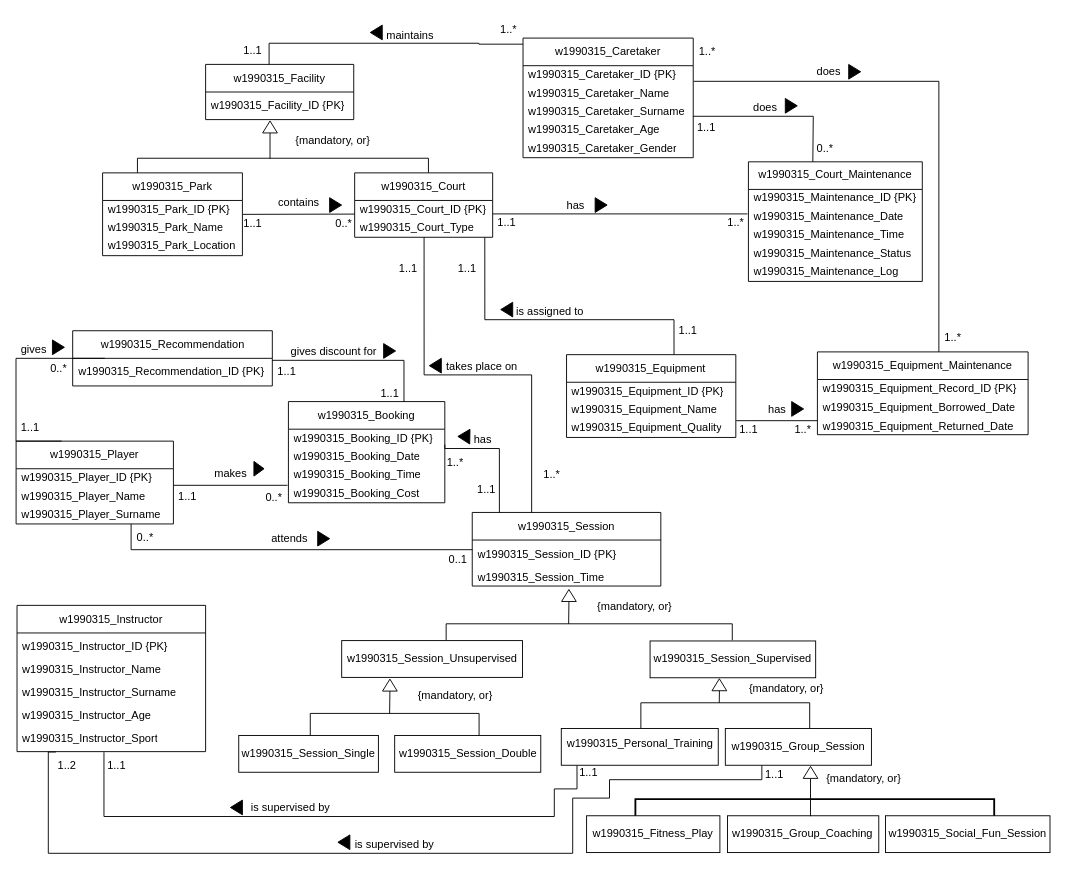
The draw.io diagram DB_cwk.drawio in frajdzia/DB_cwk, before the edit. Source tidied: cells renumbered, new cells numbered last; positions are measured from the earlier drawing's top-left corner, leaving out a move shared by most shapes. Both pictures are drawn from the tidied source at 92%, with x=0, y=0 at pixel (16, 16).
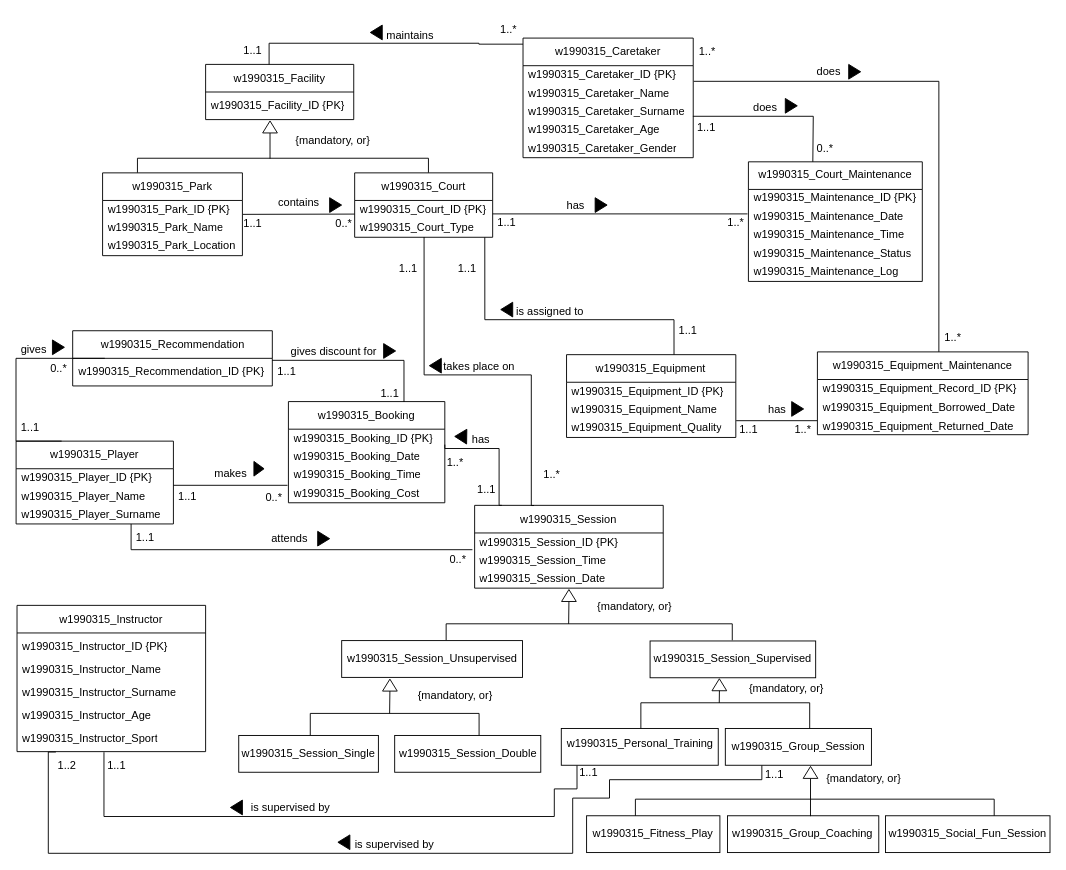
The same page after the edit.

Change to the diagram source:
```diff
@@
     <mxCell id="15" value="w1990315_Session" style="swimlane;fontStyle=0;horizontal=1;startSize=30;whiteSpace=wrap;html=1;" parent="1" vertex="1">
-      <mxGeometry x="495.8" y="539.5" width="205" height="80" as="geometry" />
+      <mxGeometry x="498.4" y="531.8" width="205" height="90" as="geometry" />
     </mxCell>
     <mxCell id="16" value="&lt;span style=&quot;text-align: center;&quot;&gt;w1990315_&lt;/span&gt;Session_ID {PK}" style="text;align=left;verticalAlign=middle;spacingLeft=4;spacingRight=4;overflow=hidden;whiteSpace=wrap;html=1;" parent="15" vertex="1">
-      <mxGeometry y="30" width="205" height="30" as="geometry" />
+      <mxGeometry y="30" width="205" height="20" as="geometry" />
     </mxCell>
     <mxCell id="17" value="&lt;span style=&quot;text-align: center;&quot;&gt;w1990315_&lt;/span&gt;Session_Time" style="text;align=left;verticalAlign=middle;spacingLeft=4;spacingRight=4;overflow=hidden;whiteSpace=wrap;html=1;" parent="15" vertex="1">
-      <mxGeometry y="60" width="205" height="20" as="geometry" />
+      <mxGeometry y="50" width="205" height="20" as="geometry" />
     </mxCell>
+    <mxCell id="140" value="w1990315_Session_Date" style="text;align=left;verticalAlign=middle;spacingLeft=4;spacingRight=4;overflow=hidden;whiteSpace=wrap;html=1;" parent="15" vertex="1">
+      <mxGeometry y="70" width="205" height="20" as="geometry" />
+    </mxCell>
@@
     <mxCell id="52" style="triangle;whiteSpace=wrap;html=1;rotation=-179;fillColor=#000000;" parent="1" vertex="1">
-      <mxGeometry x="480.2" y="449" width="13" height="16" as="geometry" />
+      <mxGeometry x="476.8" y="449" width="13" height="16" as="geometry" />
     </mxCell>
@@
-    <mxCell id="84" value="0..*" style="text;html=1;align=center;verticalAlign=middle;whiteSpace=wrap;rounded=0;" parent="1" vertex="1">
+    <mxCell id="84" value="1..1" style="text;html=1;align=center;verticalAlign=middle;whiteSpace=wrap;rounded=0;" parent="1" vertex="1">
       <mxGeometry x="125" y="552" width="31" height="30" as="geometry" />
     </mxCell>
-    <mxCell id="85" value="0..1" style="text;html=1;align=center;verticalAlign=middle;whiteSpace=wrap;rounded=0;" parent="1" vertex="1">
+    <mxCell id="85" value="0..*" style="text;html=1;align=center;verticalAlign=middle;whiteSpace=wrap;rounded=0;" parent="1" vertex="1">
       <mxGeometry x="464.8" y="576" width="31" height="30" as="geometry" />
     </mxCell>
@@
-    <mxCell id="129" style="strokeWidth=2;html=1;shape=mxgraph.flowchart.annotation_1;align=left;rotation=90;" parent="1" vertex="1">
+    <mxCell id="129" style="strokeWidth=1;html=1;shape=mxgraph.flowchart.annotation_1;align=left;rotation=90;" parent="1" vertex="1">
       <mxGeometry x="859.1" y="665.2" width="18.1" height="390" as="geometry" />
     </mxCell>
```
